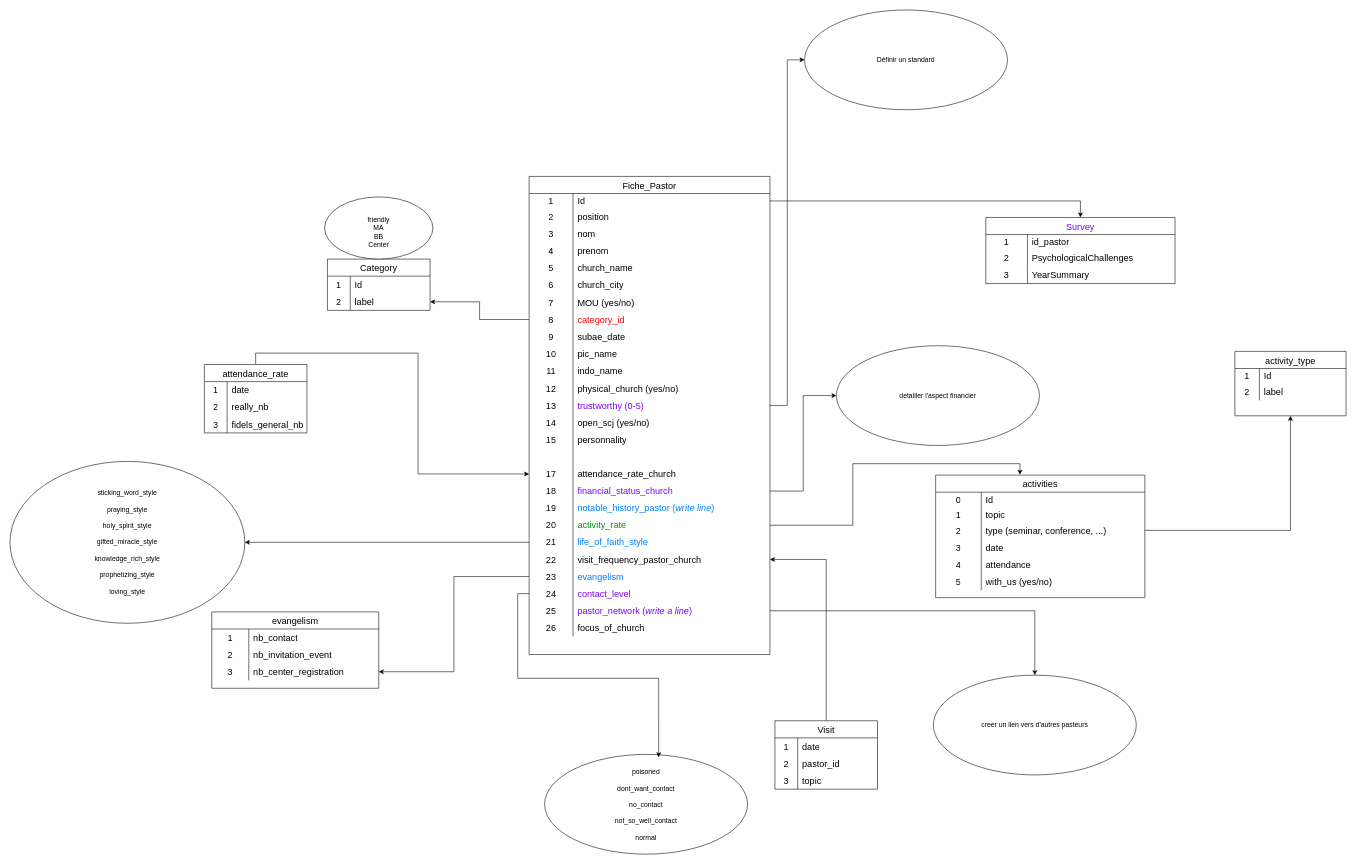
Before: DMD_Data_Model.drawio in Jbertrius/dmd_model, a draw.io diagram. Source tidied: cells renumbered, new cells numbered last; positions are measured from the earlier drawing's top-left corner, leaving out a move shared by most shapes. Both pictures are drawn from the tidied source at 57%, with x=0, y=0 at pixel (10, 10).
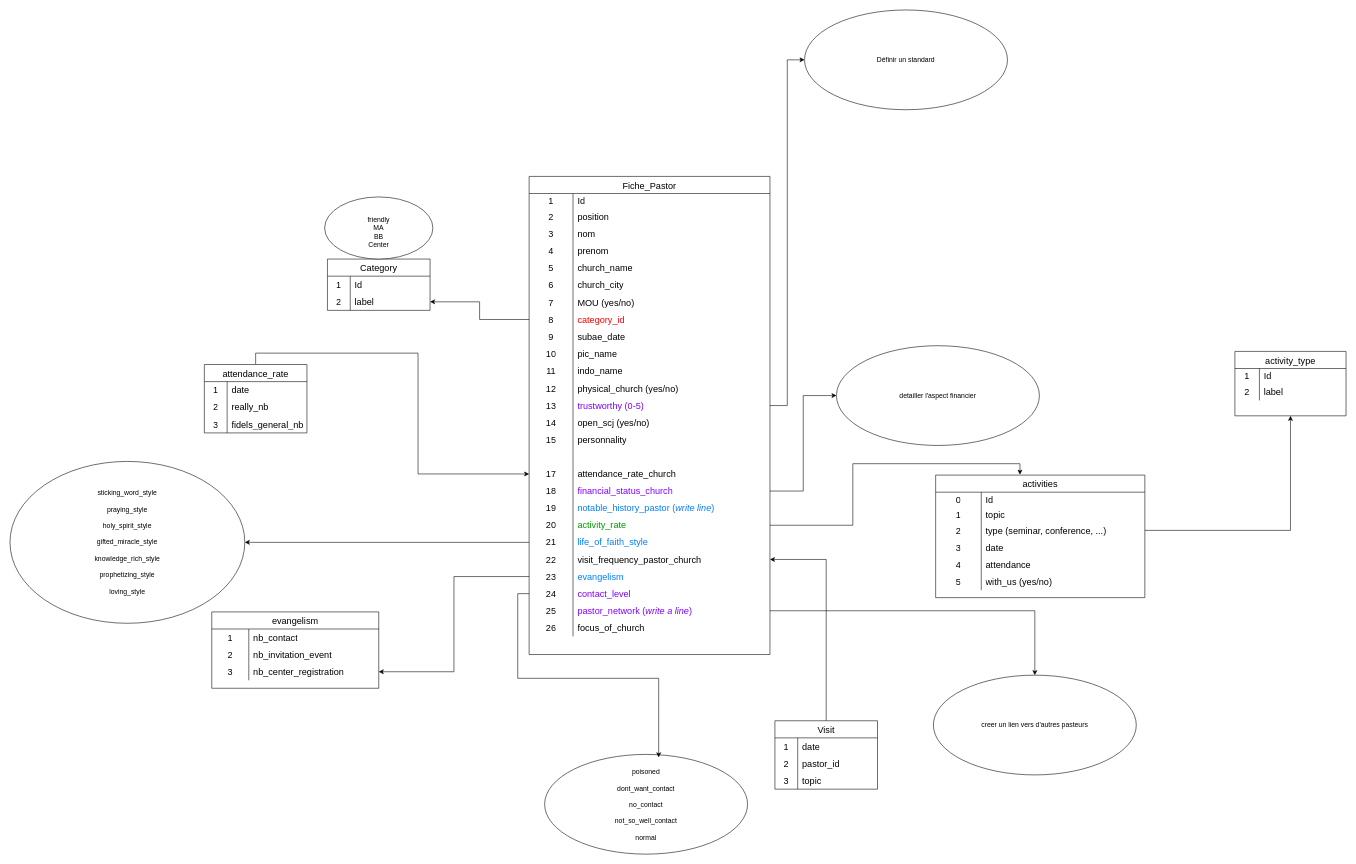
The same diagram, later.

Commit message (it also covers changes not shown here):
Mettre à jour DMD_Data_Model.drawio

Unchanged cells that the change refers to:
```xml
<mxCell id="3" style="shape=tableRow;horizontal=0;startSize=0;swimlaneHead=0;swimlaneBody=0;top=0;left=0;bottom=0;right=0;fillColor=none;points=[[0,0.5],[1,0.5]];portConstraint=eastwest;strokeColor=inherit;fontSize=16;" parent="2" vertex="1">
  <mxGeometry y="30" width="422.5" height="26" as="geometry" />
</mxCell>
```

What changed in the source:
```diff
@@
-    <mxCell id="81" value="Survey" style="shape=table;startSize=30;childLayout=tableLayout;rowLines=0;fontStyle=0;strokeColor=default;fontSize=16;fontColor=#7F00FF;" parent="1" vertex="1">
-      <mxGeometry x="1712" y="364" width="332" height="116" as="geometry" />
-    </mxCell>
-    <mxCell id="82" style="shape=tableRow;horizontal=0;startSize=0;swimlaneHead=0;swimlaneBody=0;top=0;left=0;bottom=0;right=0;fillColor=none;strokeColor=inherit;fontSize=16;" parent="81" vertex="1">
-      <mxGeometry y="30" width="332" height="26" as="geometry" />
-    </mxCell>
-    <mxCell id="83" value="1" style="shape=partialRectangle;html=1;whiteSpace=wrap;fillColor=none;top=0;left=0;bottom=0;right=0;overflow=hidden;strokeColor=inherit;fontSize=16;" parent="82" vertex="1">
-      <mxGeometry width="73" height="26" as="geometry" />
-    </mxCell>
-    <mxCell id="84" value="id_pastor" style="shape=partialRectangle;html=1;whiteSpace=wrap;fillColor=none;top=0;left=0;bottom=0;right=0;align=left;spacingLeft=6;overflow=hidden;strokeColor=inherit;fontSize=16;" parent="82" vertex="1">
-      <mxGeometry x="73" width="259" height="26" as="geometry" />
-    </mxCell>
-    <mxCell id="85" style="shape=tableRow;horizontal=0;startSize=0;swimlaneHead=0;swimlaneBody=0;top=0;left=0;bottom=0;right=0;fillColor=none;strokeColor=inherit;fontSize=16;" parent="81" vertex="1">
-      <mxGeometry y="56" width="332" height="30" as="geometry" />
-    </mxCell>
-    <mxCell id="86" value="2" style="shape=partialRectangle;html=1;whiteSpace=wrap;fillColor=none;top=0;left=0;bottom=0;right=0;overflow=hidden;strokeColor=inherit;fontSize=16;" parent="85" vertex="1">
-      <mxGeometry width="73" height="30" as="geometry" />
-    </mxCell>
-    <mxCell id="87" value="PsychologicalChallenges" style="shape=partialRectangle;html=1;whiteSpace=wrap;fillColor=none;top=0;left=0;bottom=0;right=0;align=left;spacingLeft=6;overflow=hidden;strokeColor=inherit;fontSize=16;" parent="85" vertex="1">
-      <mxGeometry x="73" width="259" height="30" as="geometry" />
-    </mxCell>
-    <mxCell id="88" style="shape=tableRow;horizontal=0;startSize=0;swimlaneHead=0;swimlaneBody=0;top=0;left=0;bottom=0;right=0;fillColor=none;strokeColor=inherit;fontSize=16;" parent="81" vertex="1">
-      <mxGeometry y="86" width="332" height="30" as="geometry" />
-    </mxCell>
-    <mxCell id="89" value="3" style="shape=partialRectangle;html=1;whiteSpace=wrap;fillColor=none;top=0;left=0;bottom=0;right=0;overflow=hidden;strokeColor=inherit;fontSize=16;" parent="88" vertex="1">
-      <mxGeometry width="73" height="30" as="geometry" />
-    </mxCell>
-    <mxCell id="90" value="YearSummary" style="shape=partialRectangle;html=1;whiteSpace=wrap;fillColor=none;top=0;left=0;bottom=0;right=0;align=left;spacingLeft=6;overflow=hidden;strokeColor=inherit;fontSize=16;" parent="88" vertex="1">
-      <mxGeometry x="73" width="259" height="30" as="geometry" />
-    </mxCell>
@@
-    <mxCell id="150" style="edgeStyle=orthogonalEdgeStyle;rounded=0;jettySize=auto;html=1;exitX=1;exitY=0.5;exitDx=0;exitDy=0;entryX=0.5;entryY=0;entryDx=0;entryDy=0;" parent="1" edge="1" source="3" target="81">
-      <mxGeometry relative="1" as="geometry" />
-    </mxCell>
```
